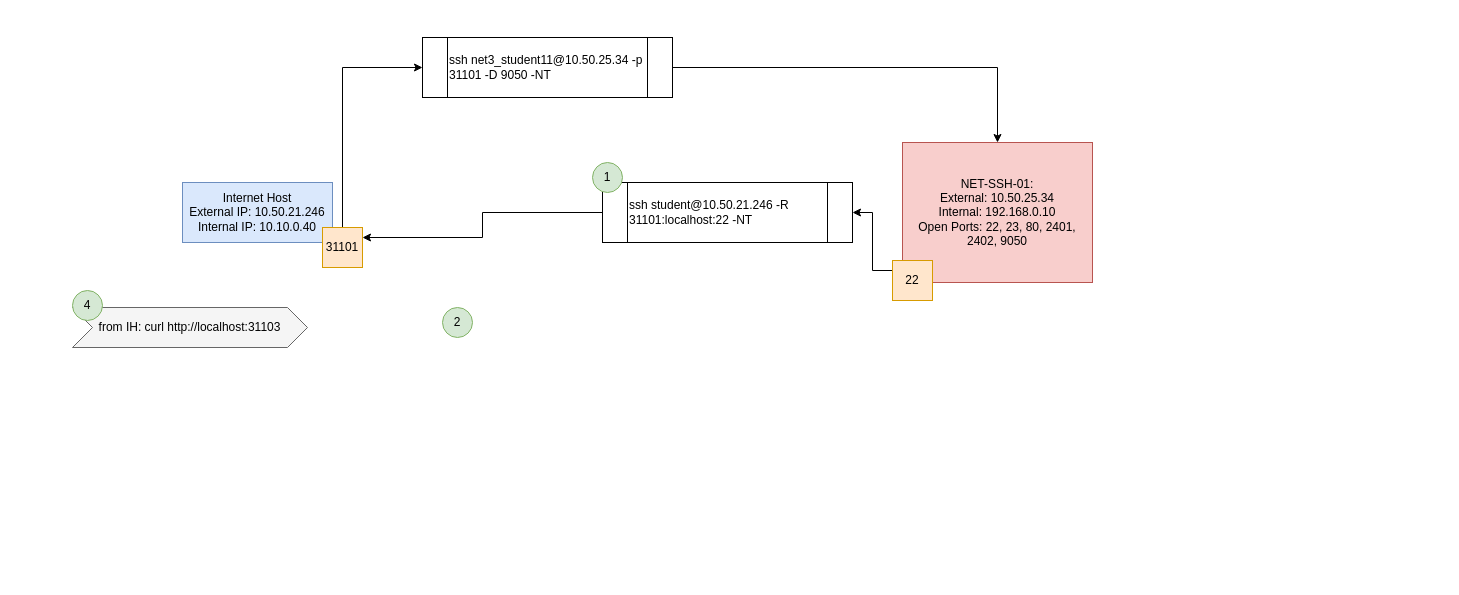
Earlier version of the draw.io diagram ctf/CTF_data_collection1.drawio (abfarr/cctc). Source tidied: cells renumbered, new cells numbered last; positions are measured from the earlier drawing's top-left corner, leaving out a move shared by most shapes. Both pictures are drawn from the tidied source at 100%, with x=0, y=0 at pixel (72, 37).
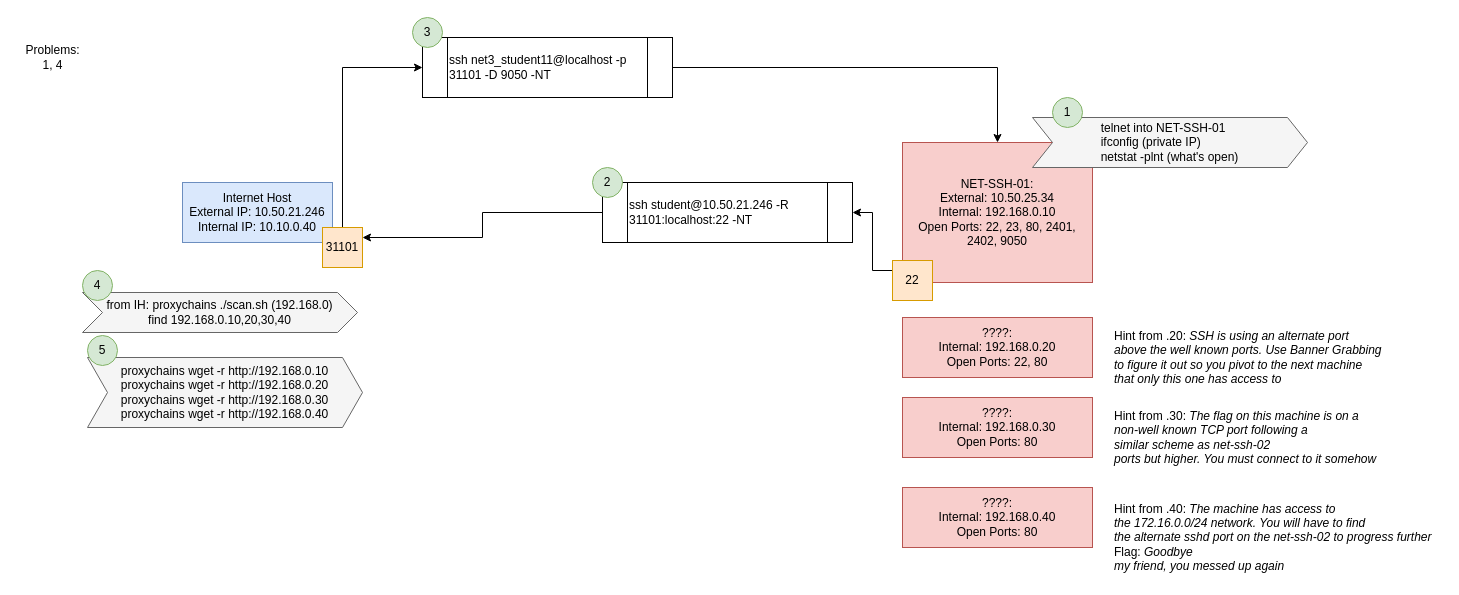
After the change.

Diff of the diagram source:
```diff
@@
-    <mxCell id="2" value="&lt;span style=&quot;color: rgb(0 , 0 , 0) ; text-align: left&quot;&gt;from IH: curl http://localhost:31103&lt;/span&gt;" style="shape=step;perimeter=stepPerimeter;whiteSpace=wrap;html=1;fixedSize=1;align=center;fillColor=#f5f5f5;fontColor=#333333;strokeColor=#666666;" parent="1" vertex="1">
-      <mxGeometry y="270" width="235" height="40" as="geometry" />
-    </mxCell>
@@
-    <mxCell id="5" value="4" style="ellipse;whiteSpace=wrap;html=1;fillColor=#d5e8d4;strokeColor=#82b366;" parent="1" vertex="1">
-      <mxGeometry y="253" width="30" height="30" as="geometry" />
-    </mxCell>
@@
-    <mxCell id="8" value="1" style="ellipse;whiteSpace=wrap;html=1;fillColor=#d5e8d4;strokeColor=#82b366;" parent="1" vertex="1">
-      <mxGeometry x="520" y="125" width="30" height="30" as="geometry" />
-    </mxCell>
@@
-    <mxCell id="14" value="ssh net3_student11@10.50.25.34 -p 31101 -D 9050 -NT" style="shape=process;whiteSpace=wrap;html=1;backgroundOutline=1;align=left;" parent="1" vertex="1">
+    <mxCell id="14" value="ssh net3_student11@localhost -p 31101 -D 9050 -NT" style="shape=process;whiteSpace=wrap;html=1;backgroundOutline=1;align=left;" parent="1" vertex="1">
       <mxGeometry x="350" width="250" height="60" as="geometry" />
     </mxCell>
-    <mxCell id="15" value="2" style="ellipse;whiteSpace=wrap;html=1;fillColor=#d5e8d4;strokeColor=#82b366;" parent="1" vertex="1">
-      <mxGeometry x="370" y="270" width="30" height="30" as="geometry" />
+    <mxCell id="15" value="3" style="ellipse;whiteSpace=wrap;html=1;fillColor=#d5e8d4;strokeColor=#82b366;" parent="1" vertex="1">
+      <mxGeometry x="340" y="-20" width="30" height="30" as="geometry" />
     </mxCell>
+    <mxCell id="16" value="????:&lt;br&gt;Internal:&amp;nbsp;192.168.0.20&lt;br&gt;Open Ports: 22, 80" style="rounded=0;whiteSpace=wrap;html=1;fillColor=#f8cecc;strokeColor=#b85450;" parent="1" vertex="1">
+      <mxGeometry x="830" y="280" width="190" height="60" as="geometry" />
+    </mxCell>
+    <mxCell id="17" value="????:&lt;br&gt;Internal:&amp;nbsp;192.168.0.30&lt;br&gt;Open Ports: 80" style="rounded=0;whiteSpace=wrap;html=1;fillColor=#f8cecc;strokeColor=#b85450;" parent="1" vertex="1">
+      <mxGeometry x="830" y="360" width="190" height="60" as="geometry" />
+    </mxCell>
+    <mxCell id="18" value="????:&lt;br&gt;Internal:&amp;nbsp;192.168.0.40&lt;br&gt;Open Ports: 80" style="rounded=0;whiteSpace=wrap;html=1;fillColor=#f8cecc;strokeColor=#b85450;" parent="1" vertex="1">
+      <mxGeometry x="830" y="450" width="190" height="60" as="geometry" />
+    </mxCell>
+    <mxCell id="19" value="&lt;span style=&quot;color: rgb(0 , 0 , 0) ; text-align: left&quot;&gt;from IH:&amp;nbsp;&lt;/span&gt;&lt;font color=&quot;#000000&quot;&gt;proxychains ./scan.sh (192.168.0)&lt;br&gt;find 192.168.0.10,20,30,40&lt;br&gt;&lt;/font&gt;" style="shape=step;perimeter=stepPerimeter;whiteSpace=wrap;html=1;fixedSize=1;align=center;fillColor=#f5f5f5;fontColor=#333333;strokeColor=#666666;" parent="1" vertex="1">
+      <mxGeometry x="10" y="255" width="275" height="40" as="geometry" />
+    </mxCell>
+    <mxCell id="2" value="&lt;div style=&quot;text-align: left&quot;&gt;&lt;span style=&quot;color: rgb(0 , 0 , 0)&quot;&gt;telnet into NET-SSH-01&amp;nbsp;&lt;/span&gt;&lt;/div&gt;&lt;div style=&quot;text-align: left&quot;&gt;&lt;span style=&quot;color: rgb(0 , 0 , 0)&quot;&gt;ifconfig (private IP)&lt;/span&gt;&lt;/div&gt;&lt;div style=&quot;text-align: left&quot;&gt;&lt;span style=&quot;color: rgb(0 , 0 , 0)&quot;&gt;netstat -plnt (what's open)&lt;/span&gt;&lt;/div&gt;" style="shape=step;perimeter=stepPerimeter;whiteSpace=wrap;html=1;fixedSize=1;align=center;fillColor=#f5f5f5;fontColor=#333333;strokeColor=#666666;" parent="1" vertex="1">
+      <mxGeometry x="960" y="80" width="275" height="50" as="geometry" />
+    </mxCell>
+    <mxCell id="8" value="1" style="ellipse;whiteSpace=wrap;html=1;fillColor=#d5e8d4;strokeColor=#82b366;" parent="1" vertex="1">
+      <mxGeometry x="980" y="60" width="30" height="30" as="geometry" />
+    </mxCell>
+    <mxCell id="20" value="2" style="ellipse;whiteSpace=wrap;html=1;fillColor=#d5e8d4;strokeColor=#82b366;" parent="1" vertex="1">
+      <mxGeometry x="520" y="130" width="30" height="30" as="geometry" />
+    </mxCell>
+    <mxCell id="5" value="4" style="ellipse;whiteSpace=wrap;html=1;fillColor=#d5e8d4;strokeColor=#82b366;" parent="1" vertex="1">
+      <mxGeometry x="10" y="233" width="30" height="30" as="geometry" />
+    </mxCell>
+    <mxCell id="21" value="&lt;div style=&quot;text-align: left&quot;&gt;&lt;span style=&quot;color: rgb(0 , 0 , 0)&quot;&gt;proxychains wget -r http://192.168.0.10&lt;/span&gt;&lt;/div&gt;&lt;div style=&quot;text-align: left&quot;&gt;&lt;span style=&quot;color: rgb(0 , 0 , 0)&quot;&gt;proxychains wget -r http://192.168.0.20&lt;/span&gt;&lt;span style=&quot;color: rgb(0 , 0 , 0)&quot;&gt;&lt;br&gt;&lt;/span&gt;&lt;/div&gt;&lt;div style=&quot;text-align: left&quot;&gt;&lt;span style=&quot;color: rgb(0 , 0 , 0)&quot;&gt;proxychains wget -r http://192.168.0.30&lt;/span&gt;&lt;span style=&quot;color: rgb(0 , 0 , 0)&quot;&gt;&lt;br&gt;&lt;/span&gt;&lt;/div&gt;&lt;div style=&quot;text-align: left&quot;&gt;&lt;span style=&quot;color: rgb(0 , 0 , 0)&quot;&gt;proxychains wget -r http://192.168.0.40&lt;/span&gt;&lt;span style=&quot;color: rgb(0 , 0 , 0)&quot;&gt;&lt;br&gt;&lt;/span&gt;&lt;/div&gt;" style="shape=step;perimeter=stepPerimeter;whiteSpace=wrap;html=1;fixedSize=1;align=center;fillColor=#f5f5f5;fontColor=#333333;strokeColor=#666666;" parent="1" vertex="1">
+      <mxGeometry x="15" y="320" width="275" height="70" as="geometry" />
+    </mxCell>
+    <mxCell id="22" value="5" style="ellipse;whiteSpace=wrap;html=1;fillColor=#d5e8d4;strokeColor=#82b366;" parent="1" vertex="1">
+      <mxGeometry x="15" y="298" width="30" height="30" as="geometry" />
+    </mxCell>
+    <mxCell id="23" value="Problems:&lt;br&gt;1, 4" style="text;html=1;align=center;verticalAlign=middle;strokeColor=none;fillColor=none;" parent="1" vertex="1">
+      <mxGeometry x="-55" y="5" width="70" height="30" as="geometry" />
+    </mxCell>
+    <mxCell id="24" value="Hint from .20:&amp;nbsp;&lt;i&gt;&lt;span style=&quot;font-size: 9pt ; line-height: 107%&quot;&gt;SSH is using an alternate port &lt;br&gt;above the well known ports. Use Banner Grabbing &lt;br&gt;to figure it out so you pivot to the next machine &lt;br&gt;that only this one has access to&lt;/span&gt;&lt;/i&gt;" style="text;html=1;align=left;verticalAlign=middle;strokeColor=none;fillColor=none;" parent="1" vertex="1">
+      <mxGeometry x="1040" y="290" width="280" height="60" as="geometry" />
+    </mxCell>
+    <mxCell id="25" value="Hint from .30: &lt;i&gt;The flag on this machine is on a &lt;br&gt;non-well known TCP port following a &lt;br&gt;similar scheme as net-ssh-02 &lt;br&gt;ports but higher. You must connect to it somehow&amp;nbsp;&lt;/i&gt;&amp;nbsp;" style="text;html=1;align=left;verticalAlign=middle;strokeColor=none;fillColor=none;" parent="1" vertex="1">
+      <mxGeometry x="1040" y="370" width="280" height="60" as="geometry" />
+    </mxCell>
+    <mxCell id="26" value="&lt;div&gt;Hint from .40: &lt;i&gt;The machine has access to&amp;nbsp;&lt;/i&gt;&lt;/div&gt;&lt;div&gt;&lt;i&gt;the 172.16.0.0/24 network. You will have to find&amp;nbsp;&lt;/i&gt;&lt;/div&gt;&lt;div&gt;&lt;i&gt;the alternate sshd port on the net-ssh-02 to progress further&lt;/i&gt;&lt;/div&gt;&lt;div&gt;Flag: &lt;i&gt;Goodbye&lt;/i&gt;&lt;/div&gt;&lt;div&gt;&lt;i&gt;my friend, you messed up again&lt;/i&gt;&lt;/div&gt;" style="text;html=1;align=left;verticalAlign=middle;strokeColor=none;fillColor=none;" parent="1" vertex="1">
+      <mxGeometry x="1040" y="460" width="330" height="80" as="geometry" />
+    </mxCell>
```
